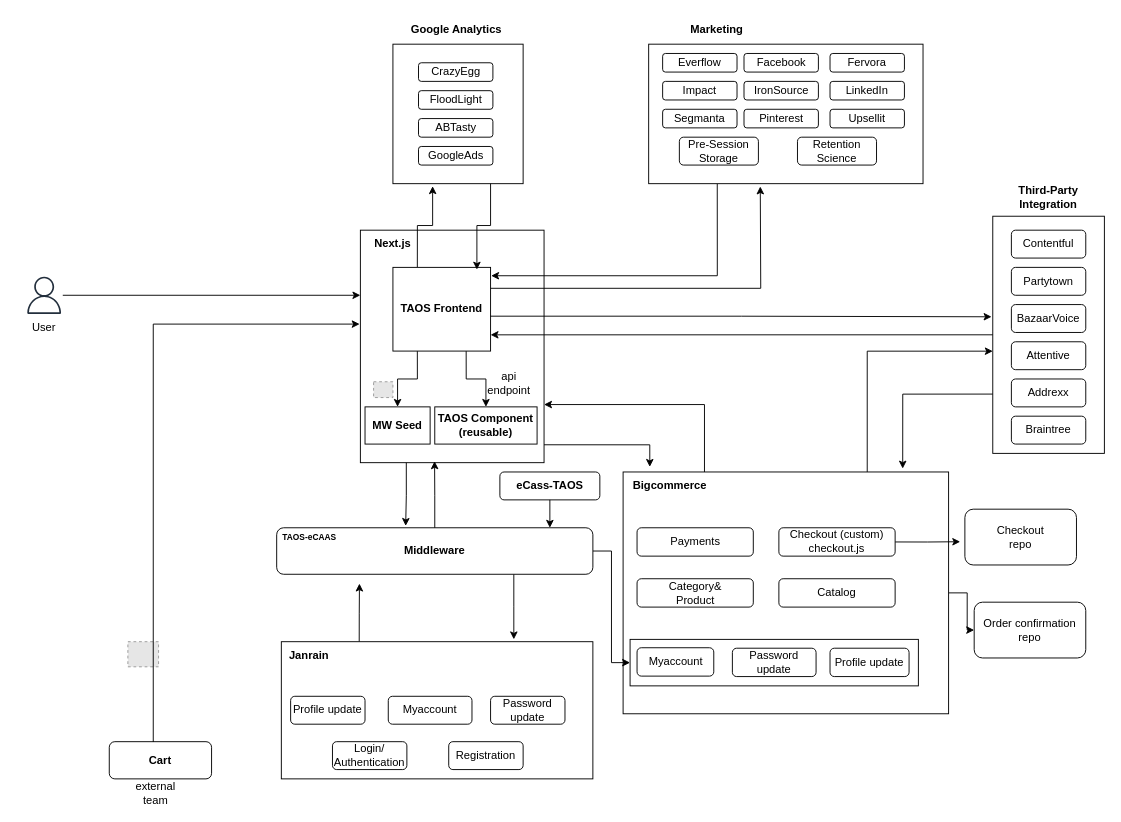
Earlier version of the draw.io diagram page "TAOS-Existing v2" (2 of 3) of TAOS/TAOS-Existing.drawio (akanksha-61087268/drawio). Source tidied: cells renumbered, new cells numbered last; positions are measured from the earlier drawing's top-left corner, leaving out a move shared by most shapes. Both pictures are drawn from the tidied source at 93%, with x=0, y=0 at pixel (16, 16). Pictures stored in the file or linked from it are replaced by grey dashed boxes.
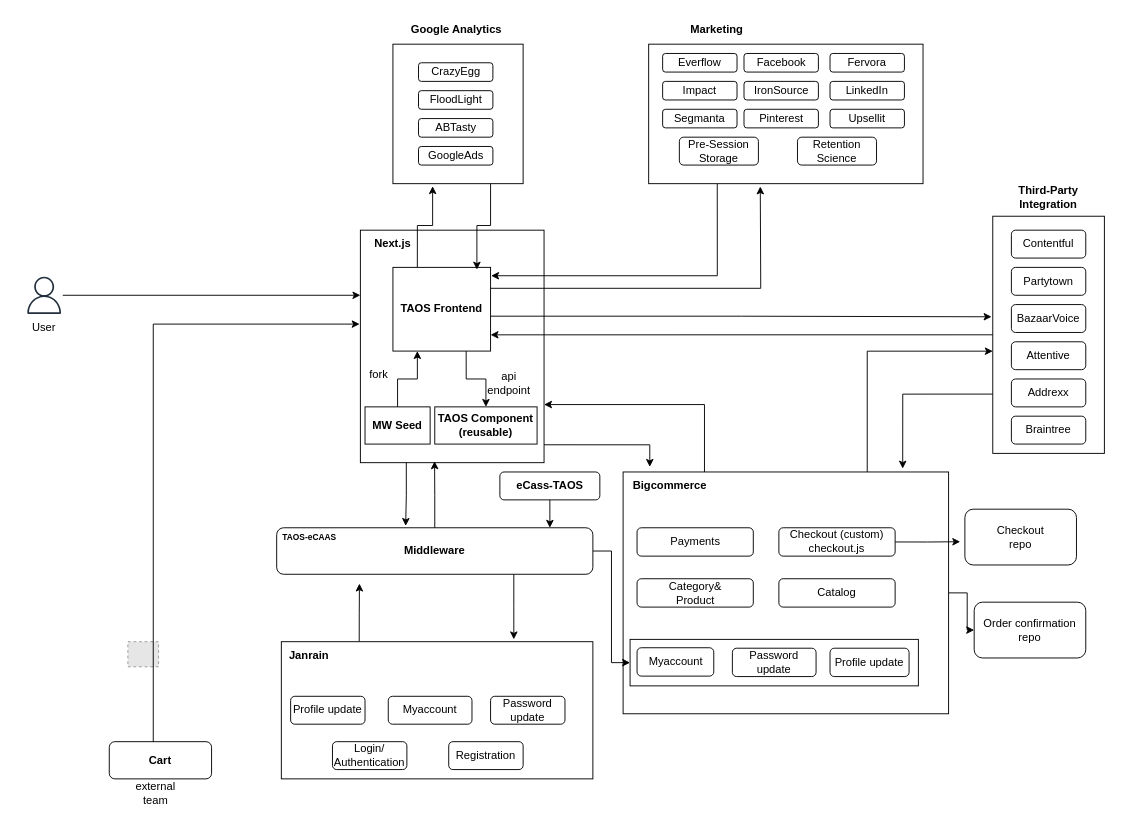
After the change.

Unchanged cells that the change refers to:
```xml
<mxCell id="36" value="&lt;b&gt;TAOS Frontend&lt;/b&gt;" style="rounded=0;whiteSpace=wrap;html=1;" parent="1" vertex="1">
  <mxGeometry x="405" y="270" width="105" height="90" as="geometry" />
</mxCell>
<mxCell id="80" value="&lt;b&gt;MW Seed&lt;/b&gt;" style="rounded=0;whiteSpace=wrap;html=1;" parent="1" vertex="1">
  <mxGeometry x="375" y="420" width="70" height="40" as="geometry" />
</mxCell>
```

Change to the diagram source:
```diff
@@
-    <mxCell id="34" style="edgeStyle=orthogonalEdgeStyle;rounded=0;jettySize=auto;html=1;exitX=0.25;exitY=1;exitDx=0;exitDy=0;entryX=0.5;entryY=0;entryDx=0;entryDy=0;" parent="1" edge="1" source="36" target="80">
-      <mxGeometry relative="1" as="geometry" />
-    </mxCell>
@@
+    <mxCell id="85" style="edgeStyle=orthogonalEdgeStyle;rounded=0;jettySize=auto;html=1;exitX=0.5;exitY=0;exitDx=0;exitDy=0;entryX=0.25;entryY=1;entryDx=0;entryDy=0;" parent="1" edge="1" source="80" target="36">
+      <mxGeometry relative="1" as="geometry" />
+    </mxCell>
@@
-    <mxCell id="81" style="fillColor=#E6E6E6;strokeColor=#999999;dashed=1;verticalLabelPosition=bottom;labelBackgroundColor=default;verticalAlign=top;" parent="1" vertex="1">
-      <mxGeometry x="384.2" y="393" width="20.8" height="17" as="geometry" />
-    </mxCell>
@@
+    <mxCell id="86" value="fork" style="text;html=1;align=center;verticalAlign=middle;whiteSpace=wrap;rounded=0;" parent="1" vertex="1">
+      <mxGeometry x="360" y="370" width="60" height="30" as="geometry" />
+    </mxCell>
```
